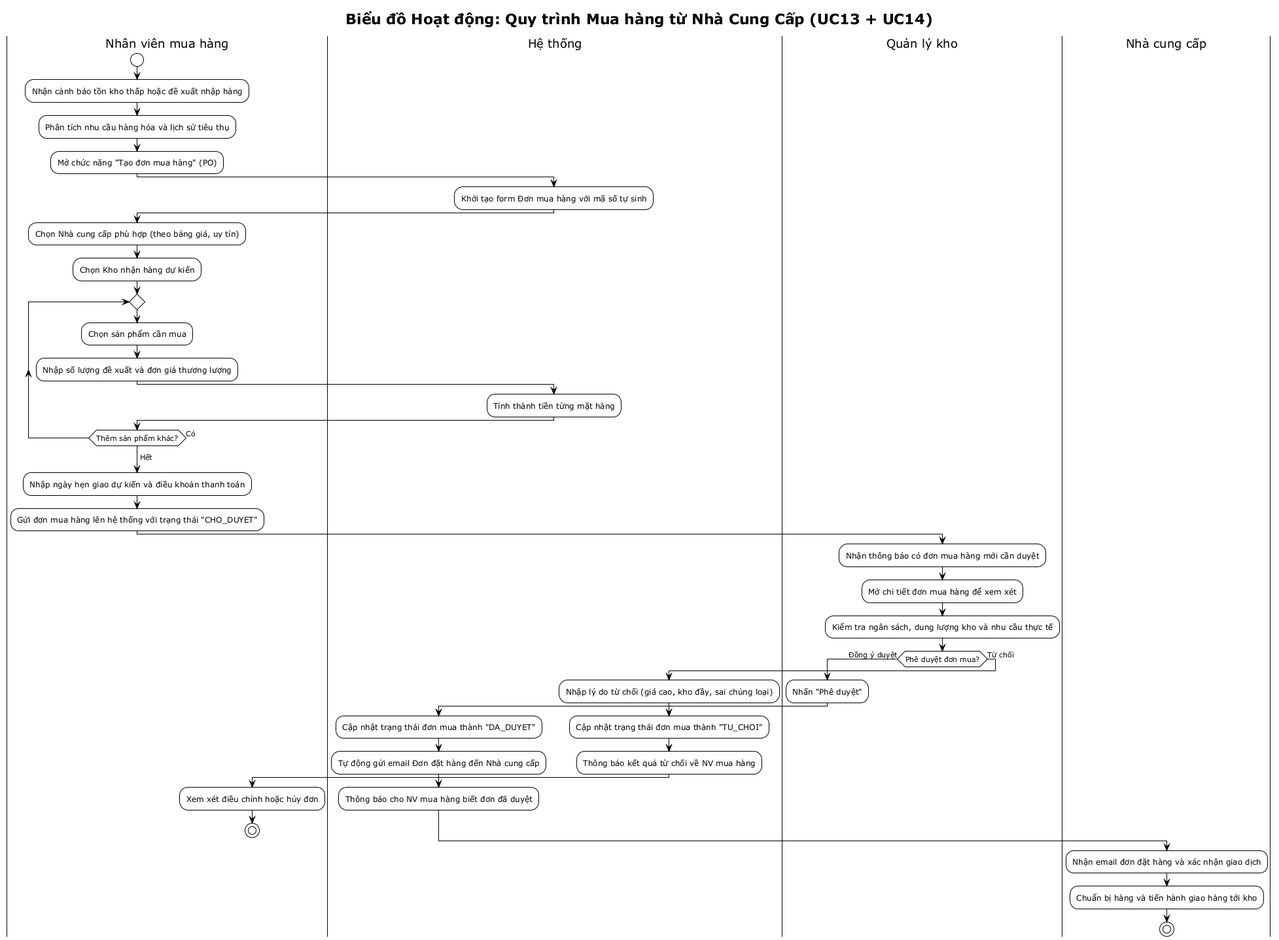
vuhoabinh2416137/G8_Quanlysanphamvakhohang keeps this PlantUML diagram as BTL-QuanLyKhoHang/diagrams/activity-mua-hang.png. Above is the earlier version.
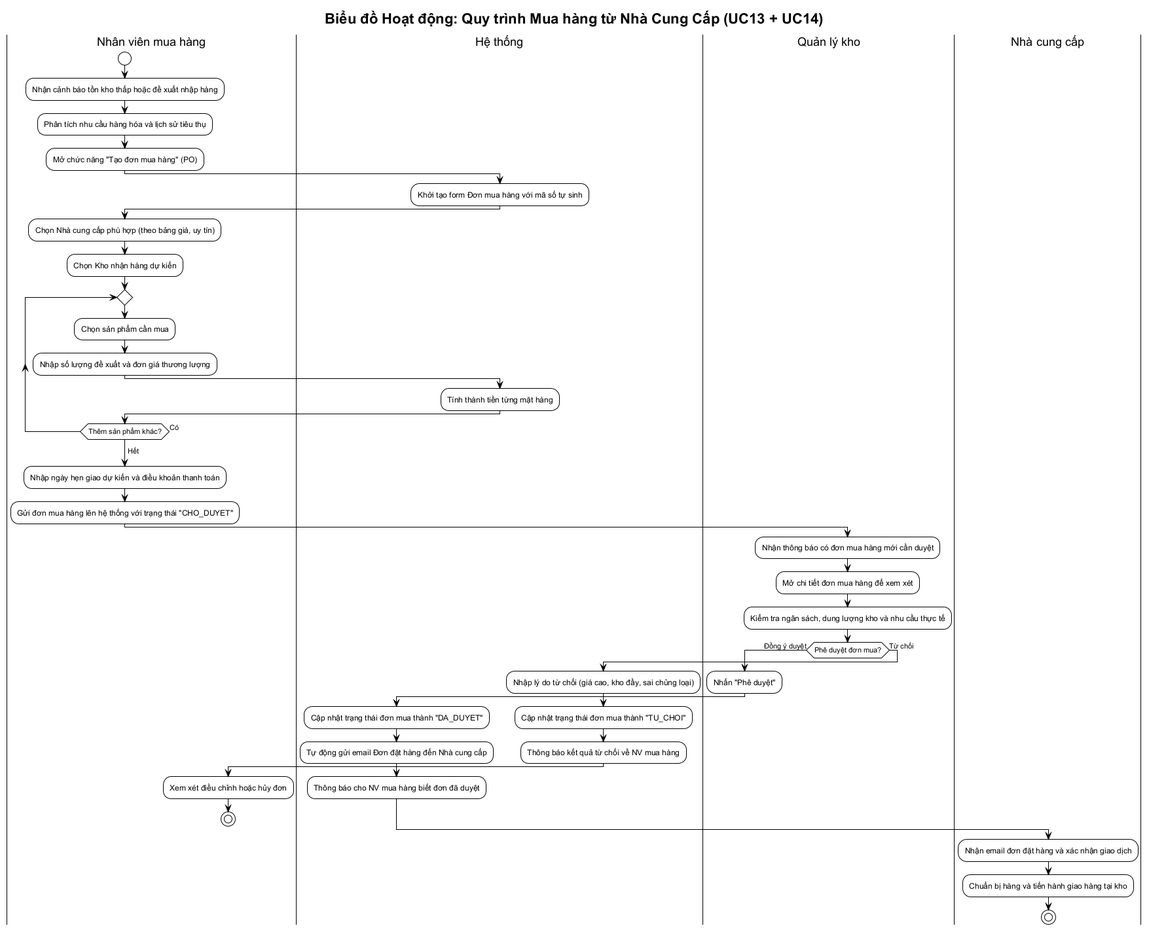
Above is the later version.

What changed in the source:
```diff
@@ -1,5 +1,6 @@
 @startuml activity-mua-hang
 !theme plain
+skinparam defaultFontName "Arial"
 title Biểu đồ Hoạt động: Quy trình Mua hàng từ Nhà Cung Cấp (UC13 + UC14)
 
 |Nhân viên mua hàng|
@@ -49,6 +50,6 @@
 
 |Nhà cung cấp|
 :Nhận email đơn đặt hàng và xác nhận giao dịch;
-:Chuẩn bị hàng và tiến hành giao hàng tới kho;
+:Chuẩn bị hàng và tiến hành giao hàng tại kho;
 stop
 @enduml
```
